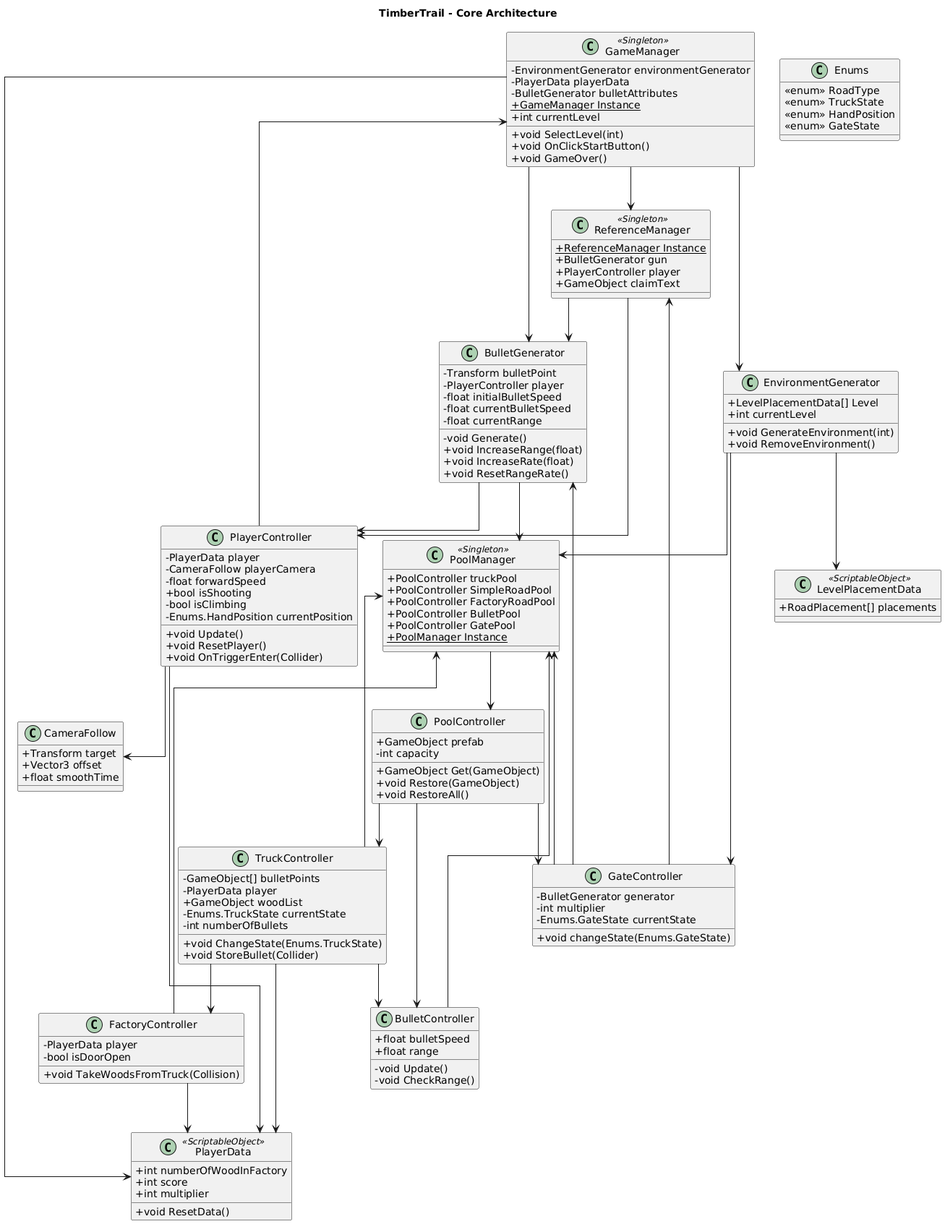
AffanAli/TimberTrail keeps this PlantUML diagram as architecture.png. Above is the earlier version.
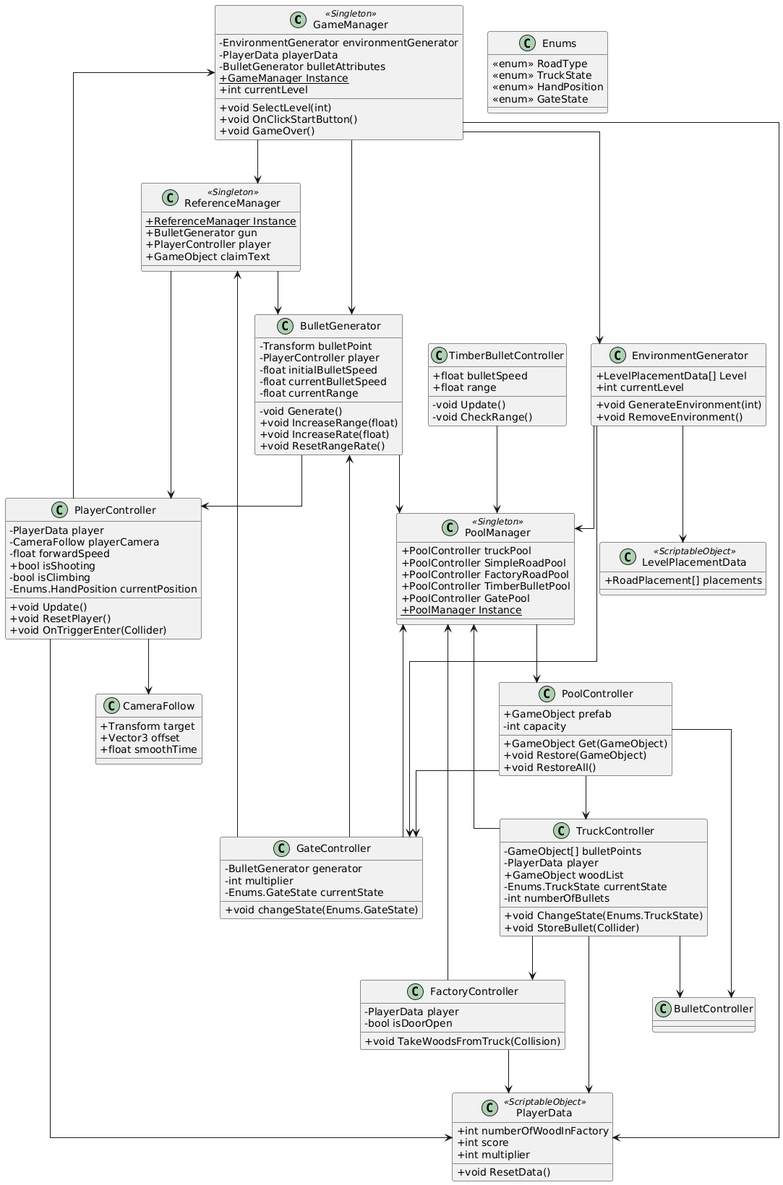
After the change.

What changed in the source:
```diff
@@ -1,6 +1,4 @@
 @startuml
-title TimberTrail - Core Architecture
-
 skinparam classAttributeIconSize 0
 skinparam linetype ortho
 
@@ -19,7 +17,7 @@
     + PoolController truckPool
     + PoolController SimpleRoadPool
     + PoolController FactoryRoadPool
-    + PoolController BulletPool
+    + PoolController TimberBulletPool
     + PoolController GatePool
     + {static} PoolManager Instance
 }
@@ -55,7 +53,7 @@
     + void ResetRangeRate()
 }
 
-class BulletController {
+class TimberBulletController {
     + float bulletSpeed
     + float range
     - void Update()
@@ -138,7 +136,7 @@
 PlayerController --> GameManager
 BulletGenerator --> PlayerController
 BulletGenerator --> PoolManager
-BulletController --> PoolManager
+TimberBulletController --> PoolManager
 
 EnvironmentGenerator --> PoolManager
 EnvironmentGenerator --> LevelPlacementData
```
